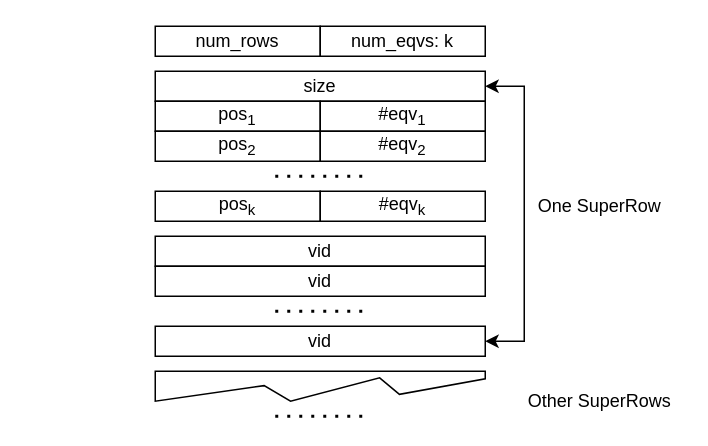
E-Neo/opgm-paper keeps this draw.io diagram as img/compress.drawio. Above is the earlier version. Source tidied: cells renumbered, new cells numbered last; positions are measured from the earlier drawing's top-left corner, leaving out a move shared by most shapes. Both pictures are drawn from the tidied source at 150%, with x=0, y=0 at pixel (154, 26).
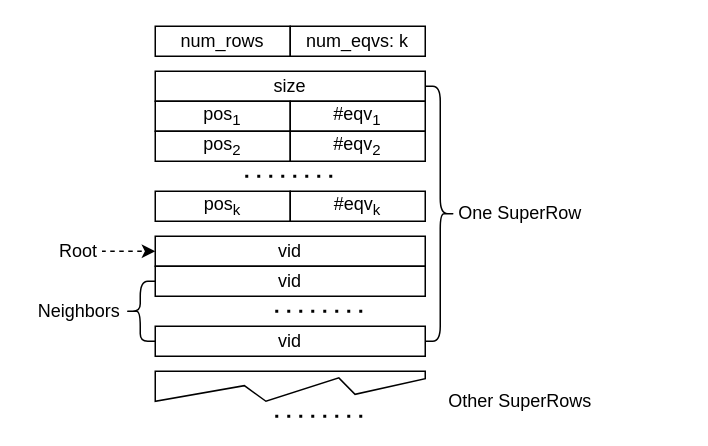
The same diagram, later.

Commit message (it also covers changes not shown here):
match_compress

The edit, as a diff of the source:
```diff
@@
-    <mxCell id="2" style="edgeStyle=orthogonalEdgeStyle;rounded=0;jettySize=auto;html=1;exitX=1;exitY=0.5;exitDx=0;exitDy=0;entryX=1;entryY=0.5;entryDx=0;entryDy=0;startArrow=classic;startFill=1;" parent="1" edge="1" source="3" target="15">
-      <mxGeometry relative="1" as="geometry">
-        <Array as="points">
-          <mxPoint x="246" y="40" />
-          <mxPoint x="246" y="210" />
-        </Array>
-      </mxGeometry>
-    </mxCell>
     <mxCell id="3" value="size" style="rounded=0;whiteSpace=wrap;html=1;" parent="1" vertex="1">
-      <mxGeometry y="30" width="220" height="20" as="geometry" />
+      <mxGeometry y="30" width="180" height="20" as="geometry" />
     </mxCell>
     <mxCell id="4" value="num_rows" style="rounded=0;whiteSpace=wrap;html=1;" parent="1" vertex="1">
-      <mxGeometry width="110" height="20" as="geometry" />
+      <mxGeometry width="90" height="20" as="geometry" />
     </mxCell>
     <mxCell id="5" value="num_eqvs: k" style="rounded=0;whiteSpace=wrap;html=1;" parent="1" vertex="1">
-      <mxGeometry x="110" width="110" height="20" as="geometry" />
+      <mxGeometry x="90" width="90" height="20" as="geometry" />
     </mxCell>
     <mxCell id="6" value="pos&lt;sub&gt;1&lt;/sub&gt;" style="rounded=0;whiteSpace=wrap;html=1;" parent="1" vertex="1">
-      <mxGeometry y="50" width="110" height="20" as="geometry" />
+      <mxGeometry y="50" width="90" height="20" as="geometry" />
     </mxCell>
     <mxCell id="7" value="#eqv&lt;sub&gt;1&lt;/sub&gt;" style="rounded=0;whiteSpace=wrap;html=1;" parent="1" vertex="1">
-      <mxGeometry x="110" y="50" width="110" height="20" as="geometry" />
+      <mxGeometry x="90" y="50" width="90" height="20" as="geometry" />
     </mxCell>
     <mxCell id="8" value="pos&lt;sub&gt;2&lt;/sub&gt;" style="rounded=0;whiteSpace=wrap;html=1;" parent="1" vertex="1">
-      <mxGeometry y="70" width="110" height="20" as="geometry" />
+      <mxGeometry y="70" width="90" height="20" as="geometry" />
     </mxCell>
     <mxCell id="9" value="#eqv&lt;sub&gt;2&lt;/sub&gt;" style="rounded=0;whiteSpace=wrap;html=1;" parent="1" vertex="1">
-      <mxGeometry x="110" y="70" width="110" height="20" as="geometry" />
+      <mxGeometry x="90" y="70" width="90" height="20" as="geometry" />
     </mxCell>
     <mxCell id="10" value="pos&lt;sub&gt;k&lt;/sub&gt;" style="rounded=0;whiteSpace=wrap;html=1;" parent="1" vertex="1">
-      <mxGeometry y="110" width="110" height="20" as="geometry" />
+      <mxGeometry y="110" width="90" height="20" as="geometry" />
     </mxCell>
     <mxCell id="11" value="#eqv&lt;sub&gt;k&lt;/sub&gt;" style="rounded=0;whiteSpace=wrap;html=1;" parent="1" vertex="1">
-      <mxGeometry x="110" y="110" width="110" height="20" as="geometry" />
+      <mxGeometry x="90" y="110" width="90" height="20" as="geometry" />
     </mxCell>
     <mxCell id="12" style="endArrow=none;dashed=1;html=1;dashPattern=1 3;strokeWidth=2;" parent="1" edge="1">
       <mxGeometry relative="1" as="geometry">
-        <mxPoint x="80" y="100" as="sourcePoint" />
-        <mxPoint x="140" y="100" as="targetPoint" />
+        <mxPoint x="60" y="100" as="sourcePoint" />
+        <mxPoint x="120" y="100" as="targetPoint" />
       </mxGeometry>
     </mxCell>
     <mxCell id="13" value="vid" style="rounded=0;whiteSpace=wrap;html=1;" parent="1" vertex="1">
-      <mxGeometry y="140" width="220" height="20" as="geometry" />
+      <mxGeometry y="140" width="180" height="20" as="geometry" />
     </mxCell>
     <mxCell id="14" value="vid" style="rounded=0;whiteSpace=wrap;html=1;" parent="1" vertex="1">
-      <mxGeometry y="160" width="220" height="20" as="geometry" />
+      <mxGeometry y="160" width="180" height="20" as="geometry" />
     </mxCell>
     <mxCell id="15" value="vid" style="rounded=0;whiteSpace=wrap;html=1;" parent="1" vertex="1">
-      <mxGeometry y="200" width="220" height="20" as="geometry" />
+      <mxGeometry y="200" width="180" height="20" as="geometry" />
     </mxCell>
@@
     <mxCell id="17" value="One SuperRow" style="text;html=1;align=center;verticalAlign=middle;" parent="1" vertex="1">
-      <mxGeometry x="246" y="110" width="100" height="20" as="geometry" />
+      <mxGeometry x="193" y="115" width="100" height="20" as="geometry" />
     </mxCell>
     <mxCell id="18" style="verticalLabelPosition=bottom;verticalAlign=top;html=1;shape=mxgraph.basic.polygon;polyCoords=[[0,0],[1,0],[1,0.25],[0.74,0.77],[0.68,0.22],[0.41,1],[0.33,0.48],[0,1]];polyline=0;shadow=0;" parent="1" vertex="1">
-      <mxGeometry y="230" width="220" height="20" as="geometry" />
+      <mxGeometry y="230" width="180" height="20" as="geometry" />
     </mxCell>
@@
     <mxCell id="20" value="Other SuperRows" style="text;html=1;align=center;verticalAlign=middle;" parent="1" vertex="1">
-      <mxGeometry x="241" y="240" width="110" height="20" as="geometry" />
+      <mxGeometry x="188" y="240" width="110" height="20" as="geometry" />
     </mxCell>
+    <mxCell id="21" style="shape=curlyBracket;whiteSpace=wrap;html=1;rounded=1;flipH=1;" parent="1" vertex="1">
+      <mxGeometry x="180" y="40" width="20" height="170" as="geometry" />
+    </mxCell>
+    <mxCell id="22" style="edgeStyle=orthogonalEdgeStyle;rounded=0;jettySize=auto;html=1;exitX=1;exitY=0.5;exitDx=0;exitDy=0;entryX=0;entryY=0.5;entryDx=0;entryDy=0;dashed=1;" parent="1" edge="1" source="23" target="13">
+      <mxGeometry relative="1" as="geometry" />
+    </mxCell>
+    <mxCell id="23" value="Root" style="rounded=0;whiteSpace=wrap;html=1;strokeColor=#FFFFFF;" parent="1" vertex="1">
+      <mxGeometry x="-66" y="140" width="30" height="20" as="geometry" />
+    </mxCell>
+    <mxCell id="24" style="shape=curlyBracket;whiteSpace=wrap;html=1;rounded=1;" parent="1" vertex="1">
+      <mxGeometry x="-20" y="170" width="20" height="40" as="geometry" />
+    </mxCell>
+    <mxCell id="25" value="Neighbors" style="text;html=1;align=center;verticalAlign=middle;" parent="1" vertex="1">
+      <mxGeometry x="-86" y="180" width="70" height="20" as="geometry" />
+    </mxCell>
```
